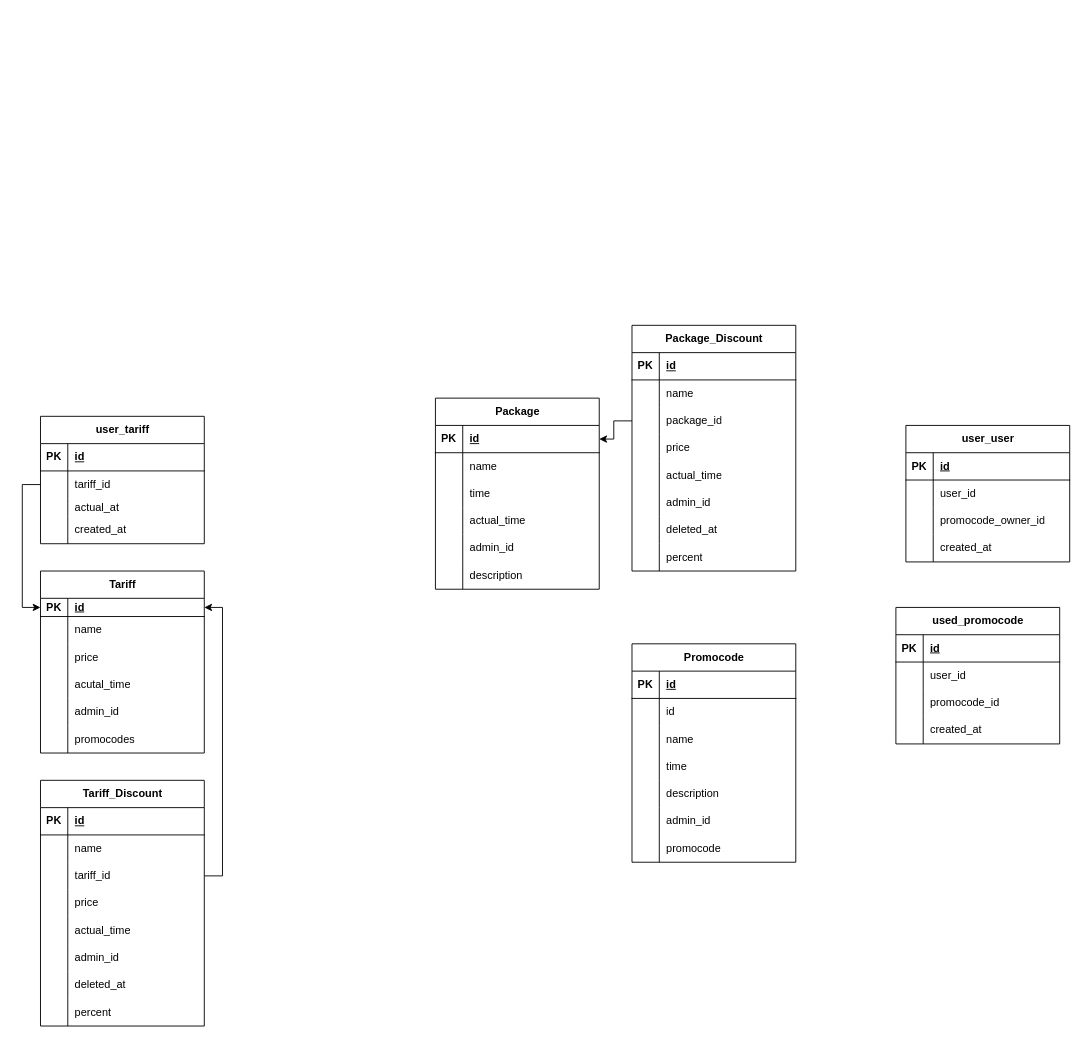
This is Диаграмма без названия.drawio from Asliddin3/api-gateway, a draw.io file, before an edit. Source tidied: cells renumbered, new cells numbered last; positions are measured from the earlier drawing's top-left corner, leaving out a move shared by most shapes. Both pictures are drawn from the tidied source at 91%, with x=0, y=0 at pixel (40, 325).
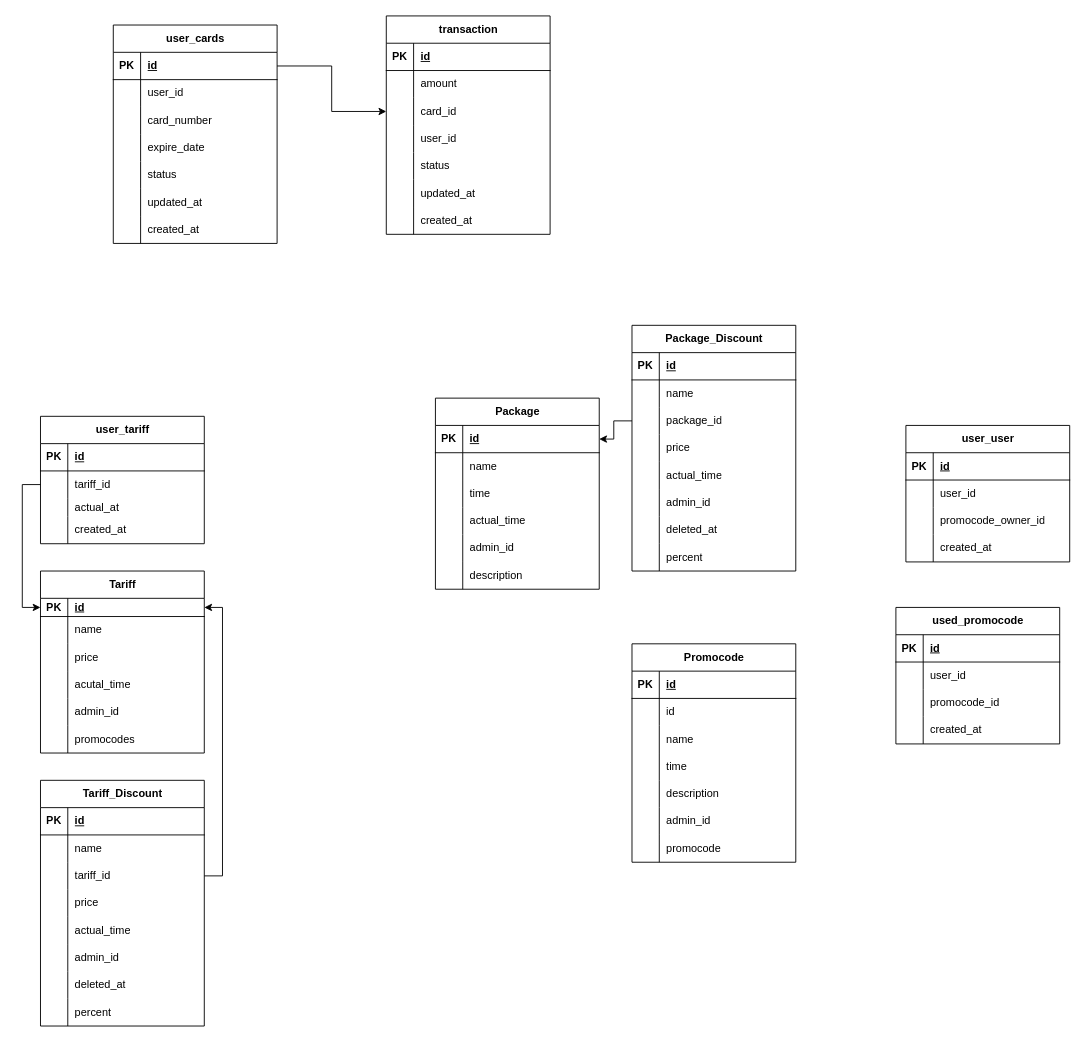
The same page after the edit.

What changed in the source:
```diff
@@
+    <mxCell id="154" value="user_cards" style="shape=table;startSize=30;childLayout=tableLayout;rowLines=0;fontStyle=1;align=center;html=1;" parent="1" vertex="1">
+      <mxGeometry x="80" y="-330" width="180" height="240" as="geometry" />
+    </mxCell>
+    <mxCell id="155" style="shape=tableRow;horizontal=0;startSize=0;swimlaneHead=0;swimlaneBody=0;fillColor=none;points=[[0,0.5],[1,0.5]];portConstraint=eastwest;top=0;left=0;right=0;bottom=1;" parent="154" vertex="1">
+      <mxGeometry y="30" width="180" height="30" as="geometry" />
+    </mxCell>
+    <mxCell id="156" value="PK" style="shape=partialRectangle;fillColor=none;top=0;left=0;bottom=0;right=0;fontStyle=1;overflow=hidden;whiteSpace=wrap;html=1;" parent="155" vertex="1">
+      <mxGeometry width="30" height="30" as="geometry" />
+    </mxCell>
+    <mxCell id="157" value="id" style="shape=partialRectangle;fillColor=none;top=0;left=0;bottom=0;right=0;align=left;spacingLeft=6;fontStyle=5;overflow=hidden;whiteSpace=wrap;html=1;" parent="155" vertex="1">
+      <mxGeometry x="30" width="150" height="30" as="geometry" />
+    </mxCell>
+    <mxCell id="158" style="shape=tableRow;horizontal=0;startSize=0;swimlaneHead=0;swimlaneBody=0;fillColor=none;top=0;left=0;right=0;bottom=0;" parent="154" vertex="1">
+      <mxGeometry y="60" width="180" height="30" as="geometry" />
+    </mxCell>
+    <mxCell id="159" style="shape=partialRectangle;fillColor=none;top=0;left=0;bottom=0;right=0;overflow=hidden;whiteSpace=wrap;html=1;" parent="158" vertex="1">
+      <mxGeometry width="30" height="30" as="geometry" />
+    </mxCell>
+    <mxCell id="160" value="user_id" style="shape=partialRectangle;fillColor=none;top=0;left=0;bottom=0;right=0;align=left;spacingLeft=6;overflow=hidden;whiteSpace=wrap;html=1;" parent="158" vertex="1">
+      <mxGeometry x="30" width="150" height="30" as="geometry" />
+    </mxCell>
+    <mxCell id="161" style="shape=tableRow;horizontal=0;startSize=0;swimlaneHead=0;swimlaneBody=0;fillColor=none;top=0;left=0;right=0;bottom=0;" parent="154" vertex="1">
+      <mxGeometry y="90" width="180" height="30" as="geometry" />
+    </mxCell>
+    <mxCell id="162" style="shape=partialRectangle;fillColor=none;top=0;left=0;bottom=0;right=0;overflow=hidden;whiteSpace=wrap;html=1;" parent="161" vertex="1">
+      <mxGeometry width="30" height="30" as="geometry" />
+    </mxCell>
+    <mxCell id="163" value="card_number" style="shape=partialRectangle;fillColor=none;top=0;left=0;bottom=0;right=0;align=left;spacingLeft=6;overflow=hidden;whiteSpace=wrap;html=1;" parent="161" vertex="1">
+      <mxGeometry x="30" width="150" height="30" as="geometry" />
+    </mxCell>
+    <mxCell id="164" style="shape=tableRow;horizontal=0;startSize=0;swimlaneHead=0;swimlaneBody=0;fillColor=none;top=0;left=0;right=0;bottom=0;" parent="154" vertex="1">
+      <mxGeometry y="120" width="180" height="30" as="geometry" />
+    </mxCell>
+    <mxCell id="165" style="shape=partialRectangle;fillColor=none;top=0;left=0;bottom=0;right=0;overflow=hidden;whiteSpace=wrap;html=1;" parent="164" vertex="1">
+      <mxGeometry width="30" height="30" as="geometry" />
+    </mxCell>
+    <mxCell id="166" value="expire_date" style="shape=partialRectangle;fillColor=none;top=0;left=0;bottom=0;right=0;align=left;spacingLeft=6;overflow=hidden;whiteSpace=wrap;html=1;" parent="164" vertex="1">
+      <mxGeometry x="30" width="150" height="30" as="geometry" />
+    </mxCell>
+    <mxCell id="167" style="shape=tableRow;horizontal=0;startSize=0;swimlaneHead=0;swimlaneBody=0;fillColor=none;top=0;left=0;right=0;bottom=0;" parent="154" vertex="1">
+      <mxGeometry y="150" width="180" height="30" as="geometry" />
+    </mxCell>
+    <mxCell id="168" style="shape=partialRectangle;fillColor=none;top=0;left=0;bottom=0;right=0;overflow=hidden;whiteSpace=wrap;html=1;" parent="167" vertex="1">
+      <mxGeometry width="30" height="30" as="geometry" />
+    </mxCell>
+    <mxCell id="169" value="status" style="shape=partialRectangle;fillColor=none;top=0;left=0;bottom=0;right=0;align=left;spacingLeft=6;overflow=hidden;whiteSpace=wrap;html=1;" parent="167" vertex="1">
+      <mxGeometry x="30" width="150" height="30" as="geometry" />
+    </mxCell>
+    <mxCell id="170" style="shape=tableRow;horizontal=0;startSize=0;swimlaneHead=0;swimlaneBody=0;fillColor=none;top=0;left=0;right=0;bottom=0;" parent="154" vertex="1">
+      <mxGeometry y="180" width="180" height="30" as="geometry" />
+    </mxCell>
+    <mxCell id="171" style="shape=partialRectangle;fillColor=none;top=0;left=0;bottom=0;right=0;overflow=hidden;whiteSpace=wrap;html=1;" parent="170" vertex="1">
+      <mxGeometry width="30" height="30" as="geometry" />
+    </mxCell>
+    <mxCell id="172" value="updated_at" style="shape=partialRectangle;fillColor=none;top=0;left=0;bottom=0;right=0;align=left;spacingLeft=6;overflow=hidden;whiteSpace=wrap;html=1;" parent="170" vertex="1">
+      <mxGeometry x="30" width="150" height="30" as="geometry" />
+    </mxCell>
+    <mxCell id="173" style="shape=tableRow;horizontal=0;startSize=0;swimlaneHead=0;swimlaneBody=0;fillColor=none;top=0;left=0;right=0;bottom=0;" parent="154" vertex="1">
+      <mxGeometry y="210" width="180" height="30" as="geometry" />
+    </mxCell>
+    <mxCell id="174" style="shape=partialRectangle;fillColor=none;top=0;left=0;bottom=0;right=0;overflow=hidden;whiteSpace=wrap;html=1;" parent="173" vertex="1">
+      <mxGeometry width="30" height="30" as="geometry" />
+    </mxCell>
+    <mxCell id="175" value="created_at" style="shape=partialRectangle;fillColor=none;top=0;left=0;bottom=0;right=0;align=left;spacingLeft=6;overflow=hidden;whiteSpace=wrap;html=1;" parent="173" vertex="1">
+      <mxGeometry x="30" width="150" height="30" as="geometry" />
+    </mxCell>
+    <mxCell id="176" value="transaction" style="shape=table;startSize=30;childLayout=tableLayout;rowLines=0;fontStyle=1;align=center;html=1;" parent="1" vertex="1">
+      <mxGeometry x="380" y="-340" width="180" height="240" as="geometry" />
+    </mxCell>
+    <mxCell id="177" style="shape=tableRow;horizontal=0;startSize=0;swimlaneHead=0;swimlaneBody=0;fillColor=none;top=0;left=0;right=0;bottom=1;" parent="176" vertex="1">
+      <mxGeometry y="30" width="180" height="30" as="geometry" />
+    </mxCell>
+    <mxCell id="178" value="PK" style="shape=partialRectangle;fillColor=none;top=0;left=0;bottom=0;right=0;fontStyle=1;overflow=hidden;whiteSpace=wrap;html=1;" parent="177" vertex="1">
+      <mxGeometry width="30" height="30" as="geometry" />
+    </mxCell>
+    <mxCell id="179" value="id" style="shape=partialRectangle;fillColor=none;top=0;left=0;bottom=0;right=0;align=left;spacingLeft=6;fontStyle=5;overflow=hidden;whiteSpace=wrap;html=1;" parent="177" vertex="1">
+      <mxGeometry x="30" width="150" height="30" as="geometry" />
+    </mxCell>
+    <mxCell id="180" style="shape=tableRow;horizontal=0;startSize=0;swimlaneHead=0;swimlaneBody=0;fillColor=none;top=0;left=0;right=0;bottom=0;" parent="176" vertex="1">
+      <mxGeometry y="60" width="180" height="30" as="geometry" />
+    </mxCell>
+    <mxCell id="181" style="shape=partialRectangle;fillColor=none;top=0;left=0;bottom=0;right=0;overflow=hidden;whiteSpace=wrap;html=1;" parent="180" vertex="1">
+      <mxGeometry width="30" height="30" as="geometry" />
+    </mxCell>
+    <mxCell id="182" value="amount" style="shape=partialRectangle;fillColor=none;top=0;left=0;bottom=0;right=0;align=left;spacingLeft=6;overflow=hidden;whiteSpace=wrap;html=1;" parent="180" vertex="1">
+      <mxGeometry x="30" width="150" height="30" as="geometry" />
+    </mxCell>
+    <mxCell id="183" style="shape=tableRow;horizontal=0;startSize=0;swimlaneHead=0;swimlaneBody=0;fillColor=none;points=[[0,0.5],[1,0.5]];portConstraint=eastwest;top=0;left=0;right=0;bottom=0;" parent="176" vertex="1">
+      <mxGeometry y="90" width="180" height="30" as="geometry" />
+    </mxCell>
+    <mxCell id="184" style="shape=partialRectangle;fillColor=none;top=0;left=0;bottom=0;right=0;overflow=hidden;whiteSpace=wrap;html=1;" parent="183" vertex="1">
+      <mxGeometry width="30" height="30" as="geometry" />
+    </mxCell>
+    <mxCell id="185" value="card_id" style="shape=partialRectangle;fillColor=none;top=0;left=0;bottom=0;right=0;align=left;spacingLeft=6;overflow=hidden;whiteSpace=wrap;html=1;" parent="183" vertex="1">
+      <mxGeometry x="30" width="150" height="30" as="geometry" />
+    </mxCell>
+    <mxCell id="186" style="shape=tableRow;horizontal=0;startSize=0;swimlaneHead=0;swimlaneBody=0;fillColor=none;top=0;left=0;right=0;bottom=0;" parent="176" vertex="1">
+      <mxGeometry y="120" width="180" height="30" as="geometry" />
+    </mxCell>
+    <mxCell id="187" style="shape=partialRectangle;fillColor=none;top=0;left=0;bottom=0;right=0;overflow=hidden;whiteSpace=wrap;html=1;" parent="186" vertex="1">
+      <mxGeometry width="30" height="30" as="geometry" />
+    </mxCell>
+    <mxCell id="188" value="user_id" style="shape=partialRectangle;fillColor=none;top=0;left=0;bottom=0;right=0;align=left;spacingLeft=6;overflow=hidden;whiteSpace=wrap;html=1;" parent="186" vertex="1">
+      <mxGeometry x="30" width="150" height="30" as="geometry" />
+    </mxCell>
+    <mxCell id="189" style="shape=tableRow;horizontal=0;startSize=0;swimlaneHead=0;swimlaneBody=0;fillColor=none;top=0;left=0;right=0;bottom=0;" parent="176" vertex="1">
+      <mxGeometry y="150" width="180" height="30" as="geometry" />
+    </mxCell>
+    <mxCell id="190" style="shape=partialRectangle;fillColor=none;top=0;left=0;bottom=0;right=0;overflow=hidden;whiteSpace=wrap;html=1;" parent="189" vertex="1">
+      <mxGeometry width="30" height="30" as="geometry" />
+    </mxCell>
+    <mxCell id="191" value="status" style="shape=partialRectangle;fillColor=none;top=0;left=0;bottom=0;right=0;align=left;spacingLeft=6;overflow=hidden;whiteSpace=wrap;html=1;" parent="189" vertex="1">
+      <mxGeometry x="30" width="150" height="30" as="geometry" />
+    </mxCell>
+    <mxCell id="192" style="shape=tableRow;horizontal=0;startSize=0;swimlaneHead=0;swimlaneBody=0;fillColor=none;top=0;left=0;right=0;bottom=0;" parent="176" vertex="1">
+      <mxGeometry y="180" width="180" height="30" as="geometry" />
+    </mxCell>
+    <mxCell id="193" style="shape=partialRectangle;fillColor=none;top=0;left=0;bottom=0;right=0;overflow=hidden;whiteSpace=wrap;html=1;" parent="192" vertex="1">
+      <mxGeometry width="30" height="30" as="geometry" />
+    </mxCell>
+    <mxCell id="194" value="updated_at" style="shape=partialRectangle;fillColor=none;top=0;left=0;bottom=0;right=0;align=left;spacingLeft=6;overflow=hidden;whiteSpace=wrap;html=1;" parent="192" vertex="1">
+      <mxGeometry x="30" width="150" height="30" as="geometry" />
+    </mxCell>
+    <mxCell id="195" style="shape=tableRow;horizontal=0;startSize=0;swimlaneHead=0;swimlaneBody=0;fillColor=none;top=0;left=0;right=0;bottom=0;" parent="176" vertex="1">
+      <mxGeometry y="210" width="180" height="30" as="geometry" />
+    </mxCell>
+    <mxCell id="196" style="shape=partialRectangle;fillColor=none;top=0;left=0;bottom=0;right=0;overflow=hidden;whiteSpace=wrap;html=1;" parent="195" vertex="1">
+      <mxGeometry width="30" height="30" as="geometry" />
+    </mxCell>
+    <mxCell id="197" value="created_at" style="shape=partialRectangle;fillColor=none;top=0;left=0;bottom=0;right=0;align=left;spacingLeft=6;overflow=hidden;whiteSpace=wrap;html=1;" parent="195" vertex="1">
+      <mxGeometry x="30" width="150" height="30" as="geometry" />
+    </mxCell>
+    <mxCell id="198" style="edgeStyle=orthogonalEdgeStyle;rounded=0;jettySize=auto;html=1;" parent="1" edge="1" source="155" target="183">
+      <mxGeometry relative="1" as="geometry" />
+    </mxCell>
```
